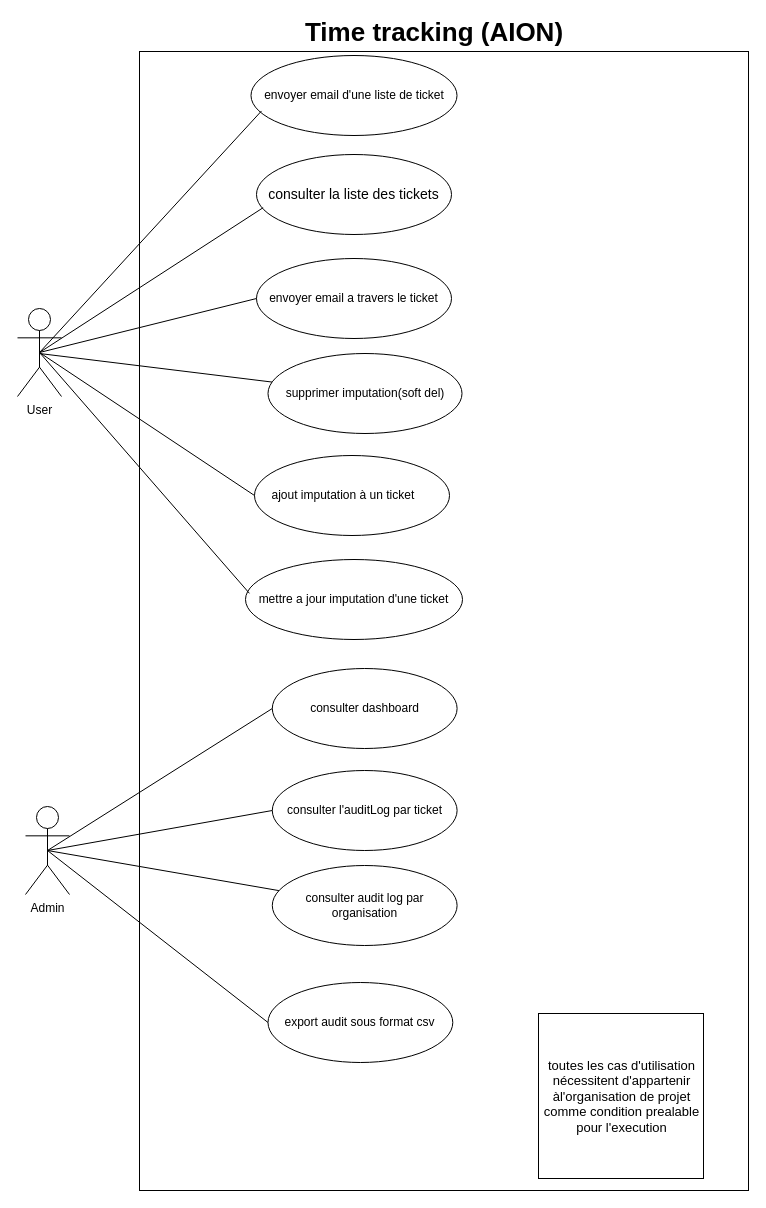
The draw.io diagram page "Global use case" (1 of 4) of GlobalUseCaseDiagram.drawio in TunNetCom/TunNetCom-AionTime, before the edit. Source tidied: cells renumbered, new cells numbered last; positions are measured from the earlier drawing's top-left corner, leaving out a move shared by most shapes. Both pictures are drawn from the tidied source at 100%, with x=0, y=0 at pixel (17, 17).
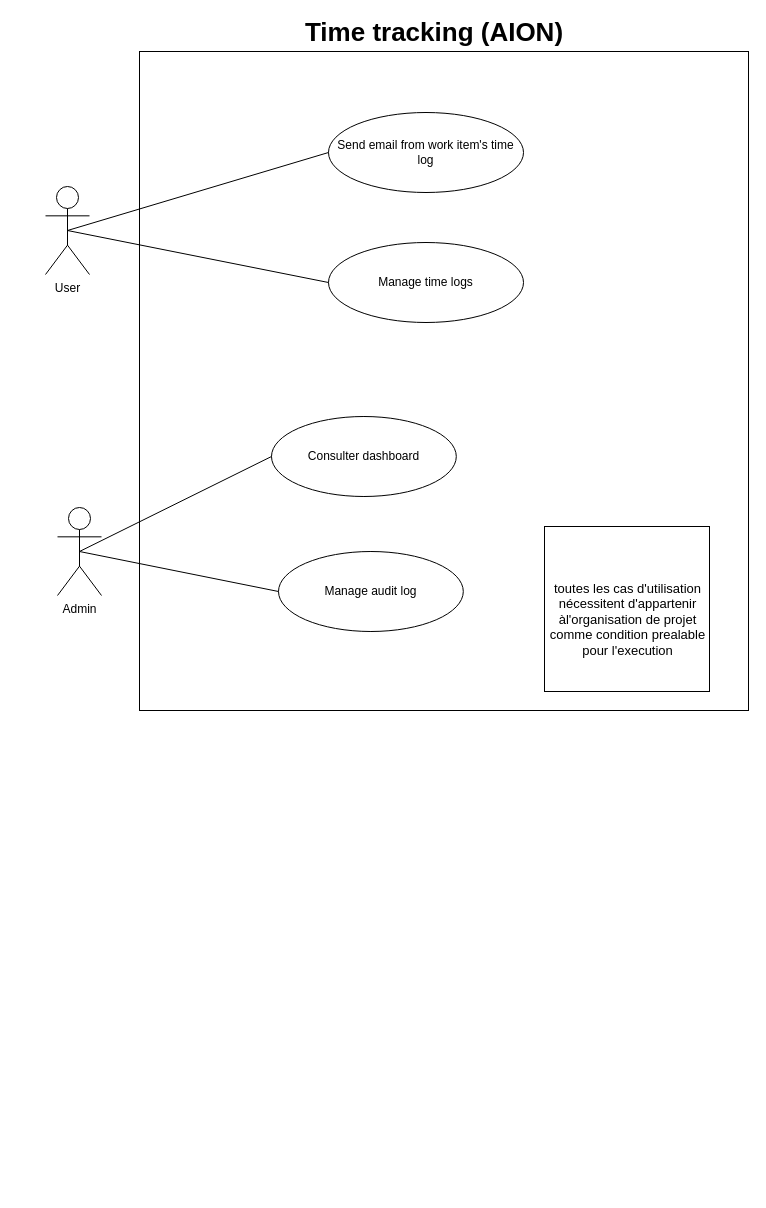
After the change.

Commit message:
Mettre à jour GlobalUseCaseDiagram.drawio

Diff of the diagram source:
```diff
@@
     <mxCell id="2" value="User" style="shape=umlActor;verticalLabelPosition=bottom;verticalAlign=top;html=1;outlineConnect=0;" parent="1" vertex="1">
-      <mxGeometry y="291" width="44" height="88" as="geometry" />
+      <mxGeometry x="28" y="169" width="44" height="88" as="geometry" />
     </mxCell>
     <mxCell id="3" value="Admin" style="shape=umlActor;verticalLabelPosition=bottom;verticalAlign=top;html=1;outlineConnect=0;" parent="1" vertex="1">
-      <mxGeometry x="8" y="789" width="44" height="88" as="geometry" />
+      <mxGeometry x="40" y="490" width="44" height="88" as="geometry" />
     </mxCell>
     <mxCell id="4" style="rounded=0;whiteSpace=wrap;html=1;" parent="1" vertex="1">
-      <mxGeometry x="122" y="34" width="609" height="1139" as="geometry" />
+      <mxGeometry x="122" y="34" width="609" height="659" as="geometry" />
     </mxCell>
-    <mxCell id="5" value="&lt;font style=&quot;font-size: 14px;&quot;&gt;consulter la liste des tickets&lt;/font&gt;" style="ellipse;whiteSpace=wrap;html=1;" parent="1" vertex="1">
-      <mxGeometry x="239" y="137" width="195" height="80" as="geometry" />
-    </mxCell>
-    <mxCell id="6" value="envoyer email a travers le ticket" style="ellipse;whiteSpace=wrap;html=1;" parent="1" vertex="1">
-      <mxGeometry x="239" y="241" width="195" height="80" as="geometry" />
+    <mxCell id="6" value="Send email from work item's time log" style="ellipse;whiteSpace=wrap;html=1;" parent="1" vertex="1">
+      <mxGeometry x="311" y="95" width="195" height="80" as="geometry" />
     </mxCell>
-    <mxCell id="7" value="ajout imputation à un ticket&lt;span style=&quot;white-space: pre;&quot;&gt;&#9;&lt;/span&gt;" style="ellipse;whiteSpace=wrap;html=1;" parent="1" vertex="1">
-      <mxGeometry x="237" y="438" width="195" height="80" as="geometry" />
-    </mxCell>
-    <mxCell id="8" value="mettre a jour imputation d'une ticket" style="ellipse;whiteSpace=wrap;html=1;" parent="1" vertex="1">
-      <mxGeometry x="228" y="542" width="217" height="80" as="geometry" />
-    </mxCell>
-    <mxCell id="9" value="supprimer imputation(soft del)" style="ellipse;whiteSpace=wrap;html=1;" parent="1" vertex="1">
-      <mxGeometry x="250.5" y="336" width="194" height="80" as="geometry" />
-    </mxCell>
-    <mxCell id="10" value="envoyer email d'une liste de ticket" style="ellipse;whiteSpace=wrap;html=1;" parent="1" vertex="1">
-      <mxGeometry x="233.5" y="38" width="206" height="80" as="geometry" />
-    </mxCell>
-    <mxCell id="11" value="consulter dashboard" style="ellipse;whiteSpace=wrap;html=1;" parent="1" vertex="1">
-      <mxGeometry x="254.8" y="651" width="184.8" height="80" as="geometry" />
+    <mxCell id="11" value="Consulter dashboard" style="ellipse;whiteSpace=wrap;html=1;" parent="1" vertex="1">
+      <mxGeometry x="254" y="399" width="184.8" height="80" as="geometry" />
     </mxCell>
-    <mxCell id="12" value="consulter l'auditLog par ticket" style="ellipse;whiteSpace=wrap;html=1;" parent="1" vertex="1">
-      <mxGeometry x="254.8" y="753" width="184.8" height="80" as="geometry" />
+    <mxCell id="12" value="Manage audit log" style="ellipse;whiteSpace=wrap;html=1;" parent="1" vertex="1">
+      <mxGeometry x="261" y="534" width="184.8" height="80" as="geometry" />
     </mxCell>
-    <mxCell id="13" value="consulter audit log par organisation" style="ellipse;whiteSpace=wrap;html=1;" parent="1" vertex="1">
-      <mxGeometry x="254.8" y="848" width="184.8" height="80" as="geometry" />
-    </mxCell>
-    <mxCell id="14" value="export audit sous format csv" style="ellipse;whiteSpace=wrap;html=1;" parent="1" vertex="1">
-      <mxGeometry x="250.5" y="965" width="184.8" height="80" as="geometry" />
-    </mxCell>
@@
-    <mxCell id="16" style="endArrow=none;html=1;rounded=0;exitX=0.5;exitY=0.5;exitDx=0;exitDy=0;exitPerimeter=0;entryX=0.051;entryY=0.693;entryDx=0;entryDy=0;entryPerimeter=0;" parent="1" edge="1" source="2" target="10">
-      <mxGeometry relative="1" as="geometry" />
-    </mxCell>
-    <mxCell id="17" style="endArrow=none;html=1;rounded=0;exitX=0.5;exitY=0.5;exitDx=0;exitDy=0;exitPerimeter=0;entryX=0.034;entryY=0.665;entryDx=0;entryDy=0;entryPerimeter=0;" parent="1" edge="1" source="2" target="5">
-      <mxGeometry relative="1" as="geometry" />
-    </mxCell>
@@
-    <mxCell id="19" style="endArrow=none;html=1;rounded=0;" parent="1" edge="1" target="9">
-      <mxGeometry relative="1" as="geometry">
-        <mxPoint x="22" y="336" as="sourcePoint" />
-      </mxGeometry>
-    </mxCell>
-    <mxCell id="20" style="endArrow=none;html=1;rounded=0;exitX=0.5;exitY=0.5;exitDx=0;exitDy=0;exitPerimeter=0;entryX=0;entryY=0.5;entryDx=0;entryDy=0;" parent="1" edge="1" source="2" target="7">
-      <mxGeometry relative="1" as="geometry" />
-    </mxCell>
-    <mxCell id="21" style="endArrow=none;html=1;rounded=0;exitX=0.5;exitY=0.5;exitDx=0;exitDy=0;exitPerimeter=0;entryX=0.018;entryY=0.423;entryDx=0;entryDy=0;entryPerimeter=0;" parent="1" edge="1" source="2" target="8">
-      <mxGeometry relative="1" as="geometry" />
-    </mxCell>
@@
-    <mxCell id="24" style="endArrow=none;html=1;rounded=0;exitX=0.5;exitY=0.5;exitDx=0;exitDy=0;exitPerimeter=0;" parent="1" edge="1" source="3" target="13">
-      <mxGeometry relative="1" as="geometry" />
-    </mxCell>
-    <mxCell id="25" style="endArrow=none;html=1;rounded=0;entryX=0;entryY=0.5;entryDx=0;entryDy=0;exitX=0.5;exitY=0.5;exitDx=0;exitDy=0;exitPerimeter=0;" parent="1" edge="1" source="3" target="14">
-      <mxGeometry relative="1" as="geometry" />
-    </mxCell>
     <mxCell id="26" style="whiteSpace=wrap;html=1;" parent="1" vertex="1">
-      <mxGeometry x="521" y="996" width="165" height="165" as="geometry" />
+      <mxGeometry x="527" y="509" width="165" height="165" as="geometry" />
     </mxCell>
     <mxCell id="27" value="&lt;font style=&quot;font-size: 13px;&quot;&gt;toutes les cas d'utilisation nécessitent d'appartenir àl'organisation de projet comme condition prealable pour l'execution&lt;/font&gt;" style="text;html=1;strokeColor=none;fillColor=none;align=center;verticalAlign=middle;whiteSpace=wrap;rounded=0;" parent="1" vertex="1">
-      <mxGeometry x="521" y="1006.5" width="167" height="144" as="geometry" />
+      <mxGeometry x="527" y="530" width="167" height="144" as="geometry" />
     </mxCell>
+    <mxCell id="28" value="Manage time logs" style="ellipse;whiteSpace=wrap;html=1;" parent="1" vertex="1">
+      <mxGeometry x="311" y="225" width="195" height="80" as="geometry" />
+    </mxCell>
+    <mxCell id="29" style="endArrow=none;html=1;rounded=0;exitX=0;exitY=0.5;exitDx=0;exitDy=0;entryX=0.5;entryY=0.5;entryDx=0;entryDy=0;entryPerimeter=0;" parent="1" edge="1" source="28" target="2">
+      <mxGeometry relative="1" as="geometry" />
+    </mxCell>
```
